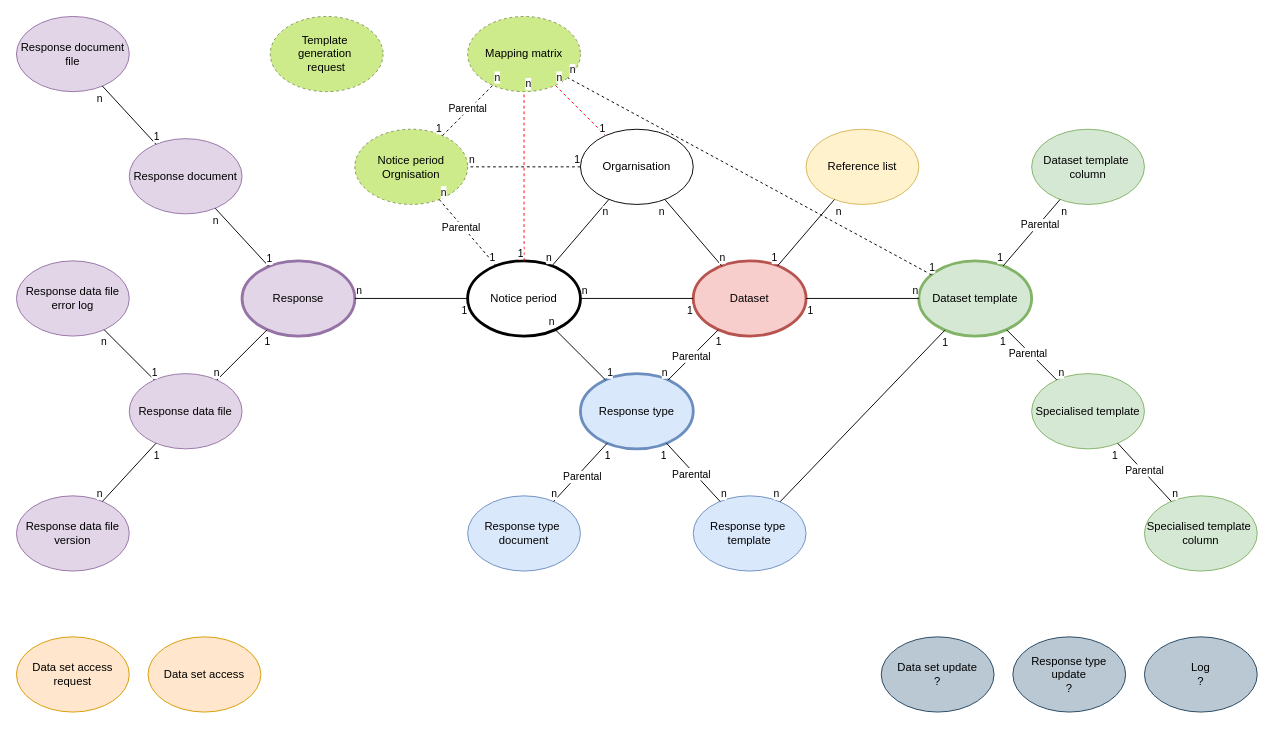
This is page "Table diagram" (5 of 6) of Data portal.drawio from danieldotskc/helloworld, a draw.io file, before an edit. Source tidied: cells renumbered, new cells numbered last; positions are measured from the earlier drawing's top-left corner, leaving out a move shared by most shapes. Both pictures are drawn from the tidied source at 94%, with x=0, y=0 at pixel (16, 16).
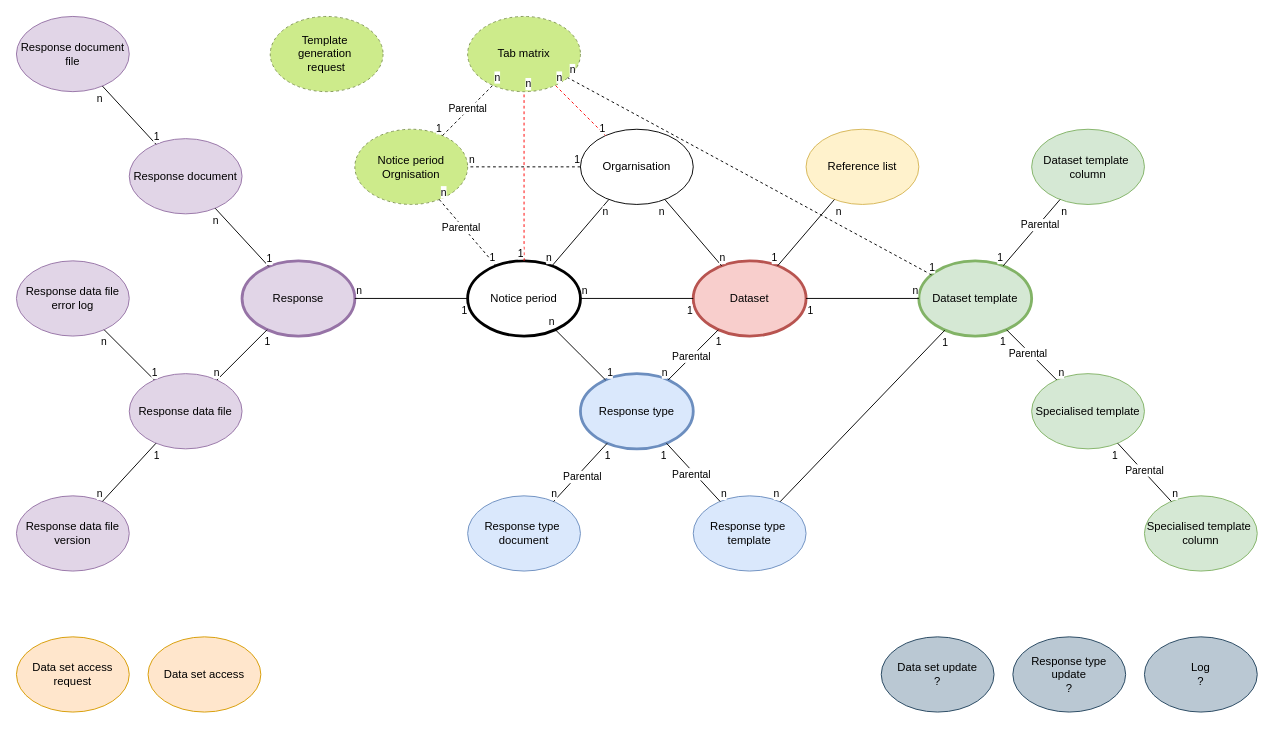
The same diagram, later.

What changed in the source:
```diff
@@
-    <mxCell id="87" value="Mapping matrix" style="ellipse;whiteSpace=wrap;html=1;strokeWidth=1;fillColor=#cdeb8b;strokeColor=#819556;dashed=1;" parent="1" vertex="1">
+    <mxCell id="87" value="Tab matrix" style="ellipse;whiteSpace=wrap;html=1;strokeWidth=1;fillColor=#cdeb8b;strokeColor=#819556;dashed=1;" parent="1" vertex="1">
       <mxGeometry x="480" width="120" height="80" as="geometry" />
     </mxCell>
```
